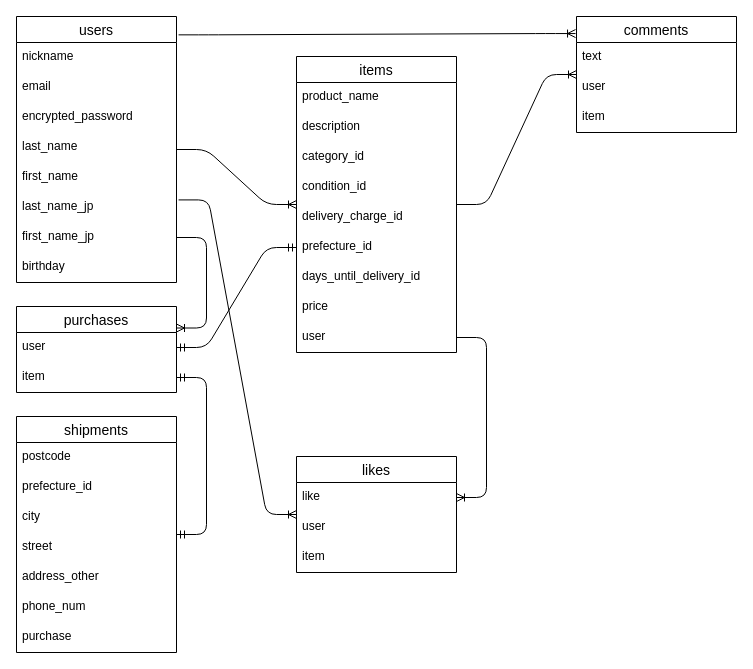
The draw.io diagram furima.dio in troymich123/furima-38091, before the edit. Source tidied: cells renumbered, new cells numbered last; positions are measured from the earlier drawing's top-left corner, leaving out a move shared by most shapes. Both pictures are drawn from the tidied source at 100%, with x=0, y=0 at pixel (16, 16).
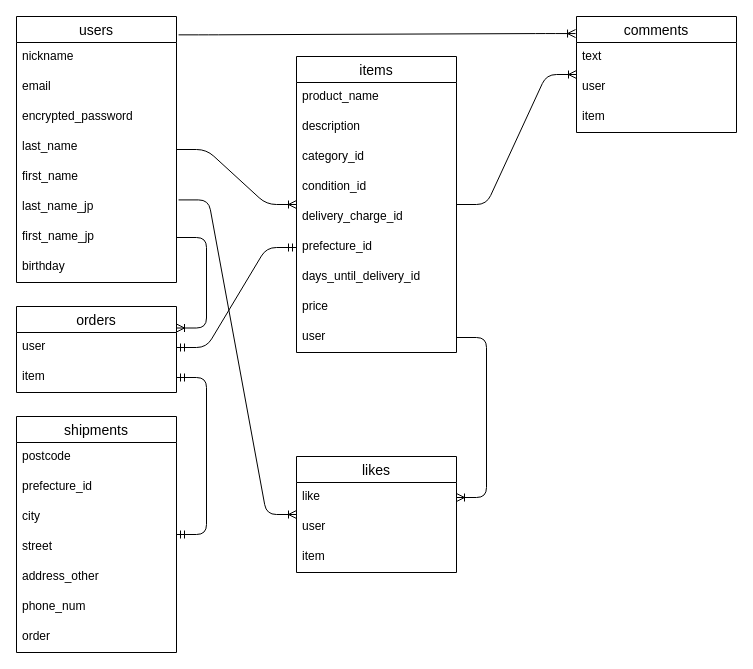
After the change.

The change refers to these unchanged cells:
```xml
<mxCell id="29" value="shipments" style="swimlane;fontStyle=0;horizontal=1;startSize=26;align=center;fontSize=14;" parent="1" vertex="1">
  <mxGeometry y="400" width="160" height="236" as="geometry" />
</mxCell>
```

What changed in the source:
```diff
@@
-    <mxCell id="36" value="purchase" style="text;strokeColor=none;fillColor=none;spacingLeft=4;spacingRight=4;overflow=hidden;fontSize=12;" parent="29" vertex="1">
+    <mxCell id="36" value="order" style="text;strokeColor=none;fillColor=none;spacingLeft=4;spacingRight=4;overflow=hidden;fontSize=12;" parent="29" vertex="1">
       <mxGeometry y="206" width="160" height="30" as="geometry" />
     </mxCell>
@@
-    <mxCell id="43" value="purchases" style="swimlane;fontStyle=0;horizontal=1;startSize=26;align=center;fontSize=14;" parent="1" vertex="1">
+    <mxCell id="43" value="orders" style="swimlane;fontStyle=0;horizontal=1;startSize=26;align=center;fontSize=14;" parent="1" vertex="1">
       <mxGeometry y="290" width="160" height="86" as="geometry" />
     </mxCell>
```
